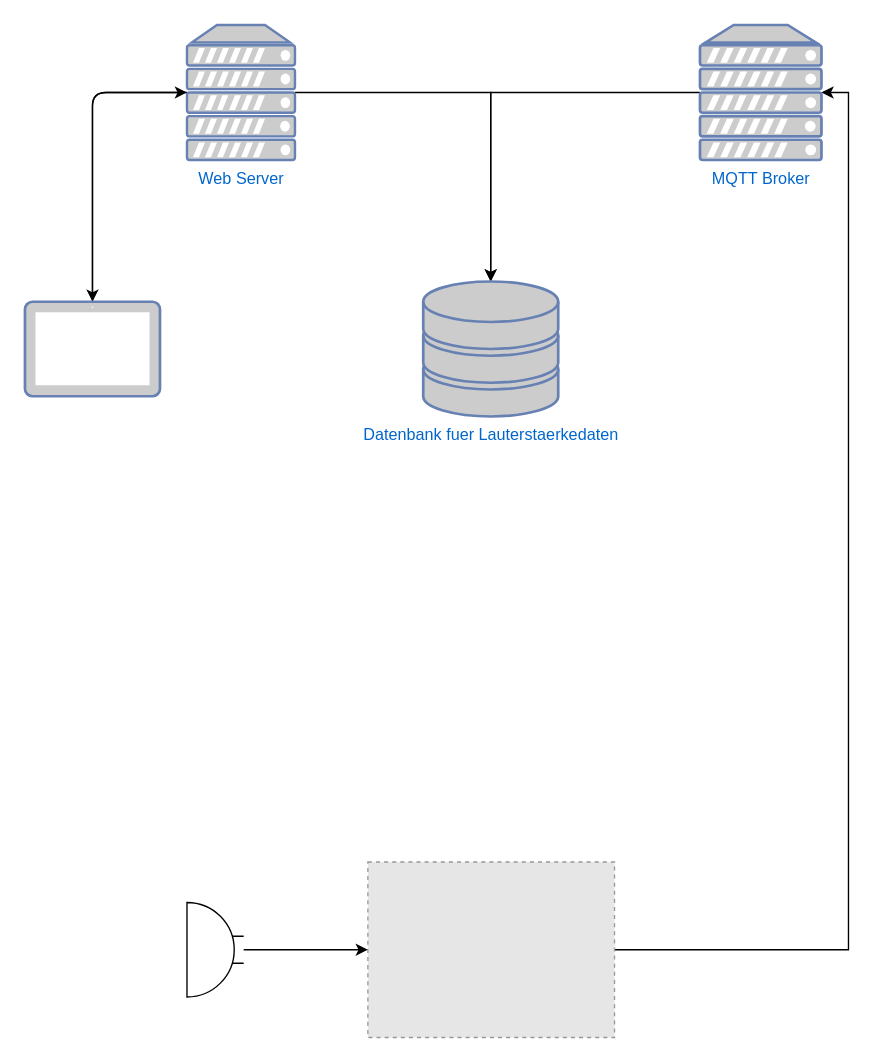
This is logic.drawio from ediiiz/Projekt---Cyberphysische-Systeme, a draw.io file, before an edit. Source tidied: cells renumbered, new cells numbered last; positions are measured from the earlier drawing's top-left corner, leaving out a move shared by most shapes. Both pictures are drawn from the tidied source at 135%, with x=0, y=0 at pixel (24, 24). Pictures stored in the file or linked from it are replaced by grey dashed boxes.
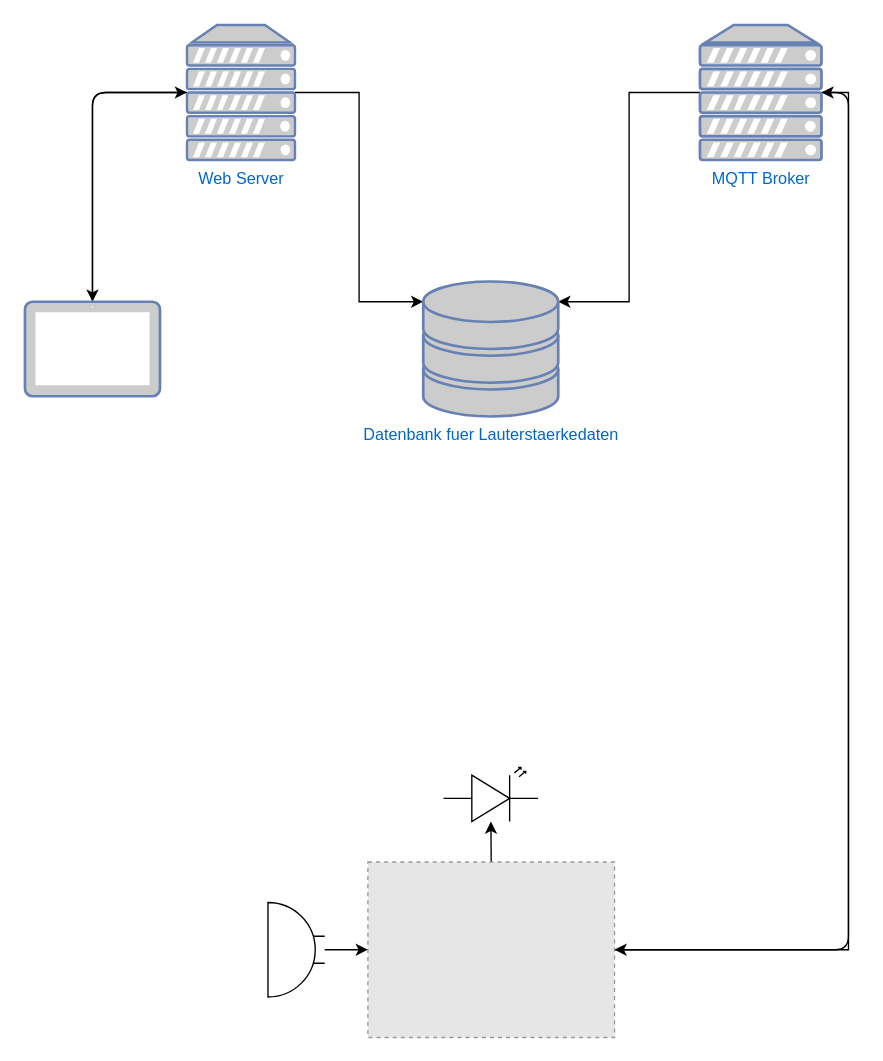
The same diagram, later.

Unchanged cells that the change refers to:
```xml
<mxCell id="3" value="MQTT Broker" style="fontColor=#0066CC;verticalAlign=top;verticalLabelPosition=bottom;labelPosition=center;align=center;html=1;outlineConnect=0;fillColor=#CCCCCC;strokeColor=#6881B3;gradientColor=none;gradientDirection=north;strokeWidth=2;shape=mxgraph.networks.server;" parent="1" vertex="1">
  <mxGeometry x="500" width="90" height="100" as="geometry" />
</mxCell>
<mxCell id="6" value="Web Server" style="fontColor=#0066CC;verticalAlign=top;verticalLabelPosition=bottom;labelPosition=center;align=center;html=1;outlineConnect=0;fillColor=#CCCCCC;strokeColor=#6881B3;gradientColor=none;gradientDirection=north;strokeWidth=2;shape=mxgraph.networks.server;" parent="1" vertex="1">
  <mxGeometry x="120" width="80" height="100" as="geometry" />
</mxCell>
<mxCell id="7" value="Datenbank fuer Lauterstaerkedaten" style="fontColor=#0066CC;verticalAlign=top;verticalLabelPosition=bottom;labelPosition=center;align=center;html=1;outlineConnect=0;fillColor=#CCCCCC;strokeColor=#6881B3;gradientColor=none;gradientDirection=north;strokeWidth=2;shape=mxgraph.networks.storage;" parent="1" vertex="1">
  <mxGeometry x="295" y="190" width="100" height="100" as="geometry" />
</mxCell>
<mxCell id="9" style="fillColor=#E6E6E6;strokeColor=#999999;dashed=1;verticalLabelPosition=bottom;labelBackgroundColor=default;verticalAlign=top;" parent="1" vertex="1">
  <mxGeometry x="254" y="620" width="182.7" height="130" as="geometry" />
</mxCell>
```

The edit, as a diff of the source:
```diff
@@
-    <mxCell id="2" style="edgeStyle=orthogonalEdgeStyle;rounded=0;jettySize=auto;html=1;entryX=0.5;entryY=0;entryDx=0;entryDy=0;entryPerimeter=0;" parent="1" edge="1" source="3" target="7">
+    <mxCell id="2" style="edgeStyle=orthogonalEdgeStyle;rounded=0;jettySize=auto;html=1;entryX=1;entryY=0.15;entryDx=0;entryDy=0;entryPerimeter=0;" parent="1" edge="1" source="3" target="7">
       <mxGeometry relative="1" as="geometry" />
     </mxCell>
+    <mxCell id="14" style="edgeStyle=none;html=1;exitX=1;exitY=0.5;exitDx=0;exitDy=0;exitPerimeter=0;entryX=1;entryY=0.5;entryDx=0;entryDy=0;" parent="1" edge="1" source="3" target="9">
+      <mxGeometry relative="1" as="geometry">
+        <Array as="points">
+          <mxPoint x="610" y="50" />
+          <mxPoint x="610" y="685" />
+        </Array>
+      </mxGeometry>
+    </mxCell>
@@
-    <mxCell id="4" style="edgeStyle=orthogonalEdgeStyle;rounded=0;jettySize=auto;html=1;" parent="1" edge="1" source="6" target="7">
+    <mxCell id="4" style="edgeStyle=orthogonalEdgeStyle;rounded=0;jettySize=auto;html=1;entryX=0;entryY=0.15;entryDx=0;entryDy=0;entryPerimeter=0;" parent="1" edge="1" source="6" target="7">
       <mxGeometry relative="1" as="geometry" />
     </mxCell>
@@
+    <mxCell id="15" style="edgeStyle=none;html=1;exitX=0.5;exitY=0;exitDx=0;exitDy=0;" parent="1" edge="1" source="9" target="16">
+      <mxGeometry relative="1" as="geometry" />
+    </mxCell>
@@
     <mxCell id="13" style="verticalLabelPosition=bottom;shadow=0;dashed=0;align=center;html=1;verticalAlign=top;shape=mxgraph.electrical.radio.microphone_2;" parent="1" vertex="1">
-      <mxGeometry x="120" y="650" width="42" height="70" as="geometry" />
+      <mxGeometry x="180" y="650" width="42" height="70" as="geometry" />
     </mxCell>
+    <mxCell id="16" style="verticalLabelPosition=bottom;shadow=0;dashed=0;align=center;html=1;verticalAlign=top;shape=mxgraph.electrical.opto_electronics.led_2;" parent="1" vertex="1">
+      <mxGeometry x="310" y="550" width="70" height="40" as="geometry" />
+    </mxCell>
```
